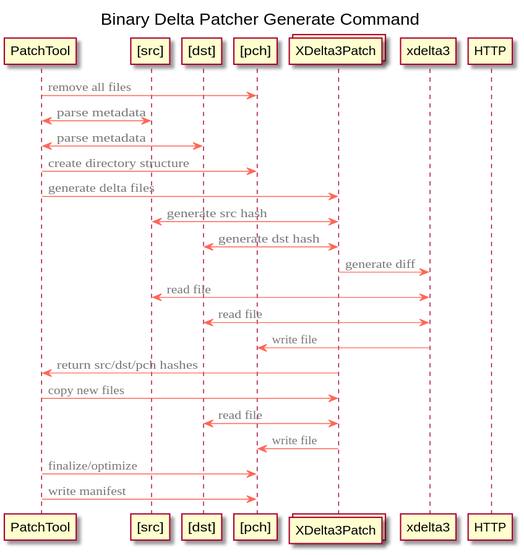
Above: docs/generate-sequence.svg in SwitchCaseGroup/switchcase-deltapatcher (PlantUML), before the change.
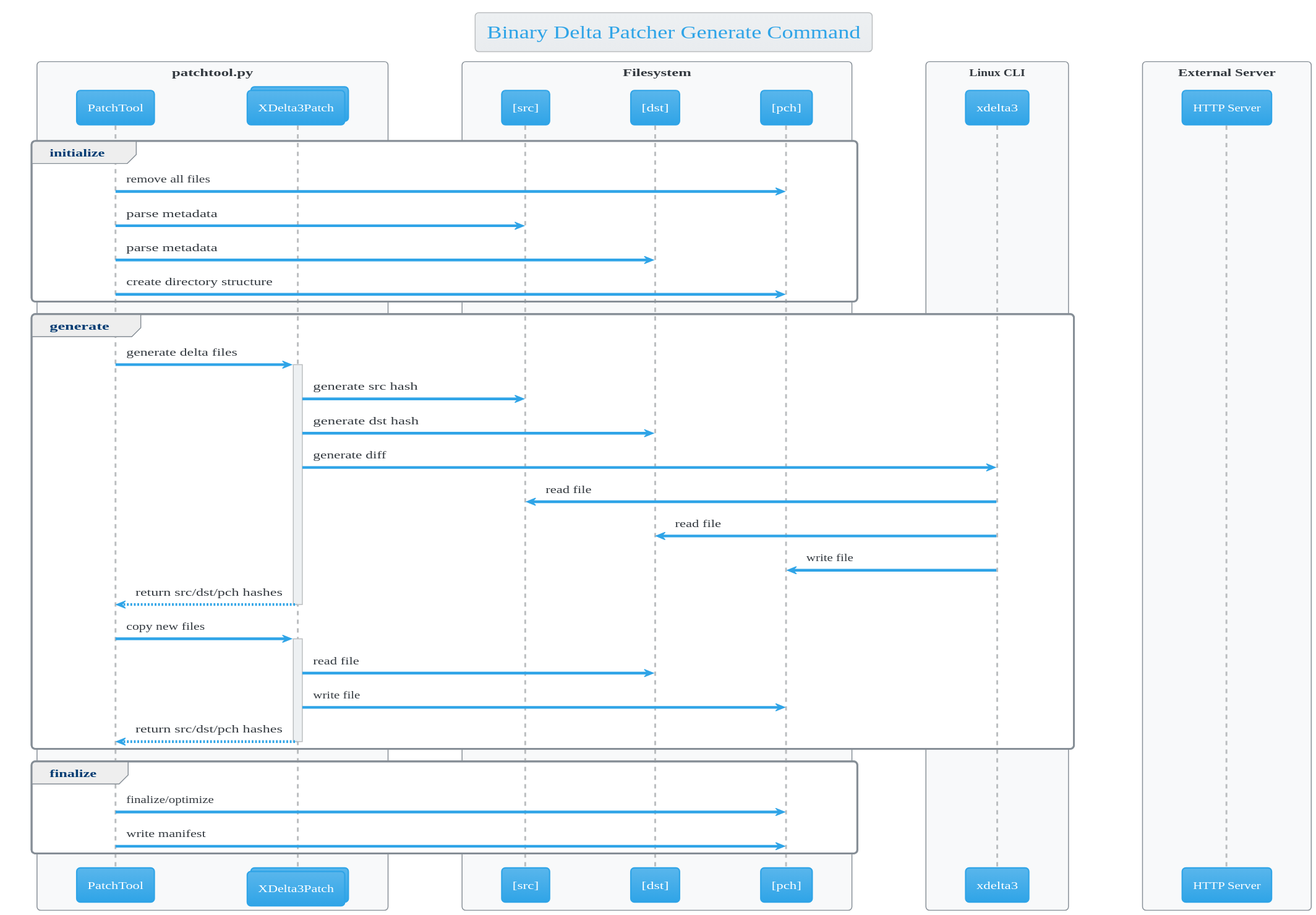
Above is the later version.

Change to the diagram source:
```diff
@@ -4,25 +4,33 @@
 
 title Binary Delta Patcher Generate Command
 
-PatchTool -> pch : remove all files
-PatchTool <-> src : parse metadata
-PatchTool <-> dst : parse metadata
-PatchTool -> pch : create directory structure
+group initialize
+    PatchTool -> pch : remove all files
+    PatchTool -> src : parse metadata
+    PatchTool -> dst : parse metadata
+    PatchTool -> pch : create directory structure
+end
 
-PatchTool -> XDelta3Patch : generate delta files
-XDelta3Patch <-> src : generate src hash
-XDelta3Patch <-> dst : generate dst hash
-XDelta3Patch -> xdelta3 : generate diff
-xdelta3 <-> src : read file
-xdelta3 <-> dst : read file
-xdelta3 -> pch : write file
-XDelta3Patch -> PatchTool : return src/dst/pch hashes
+group generate
+    PatchTool -> XDelta3Patch : generate delta files
+    activate XDelta3Patch
+    XDelta3Patch -> src : generate src hash
+    XDelta3Patch -> dst : generate dst hash
+    XDelta3Patch -> xdelta3 : generate diff
+    xdelta3 -> src : read file
+    xdelta3 -> dst : read file
+    xdelta3 -> pch : write file
+    return return src/dst/pch hashes
+    PatchTool -> XDelta3Patch : copy new files
+    activate XDelta3Patch
+    XDelta3Patch -> dst : read file
+    XDelta3Patch -> pch : write file
+    return return src/dst/pch hashes
+end
 
-PatchTool -> XDelta3Patch : copy new files
-XDelta3Patch <-> dst : read file
-XDelta3Patch -> pch : write file
-
-PatchTool -> pch : finalize/optimize
-PatchTool -> pch : write manifest
+group finalize
+    PatchTool -> pch : finalize/optimize
+    PatchTool -> pch : write manifest
+end
 
 @enduml
```
